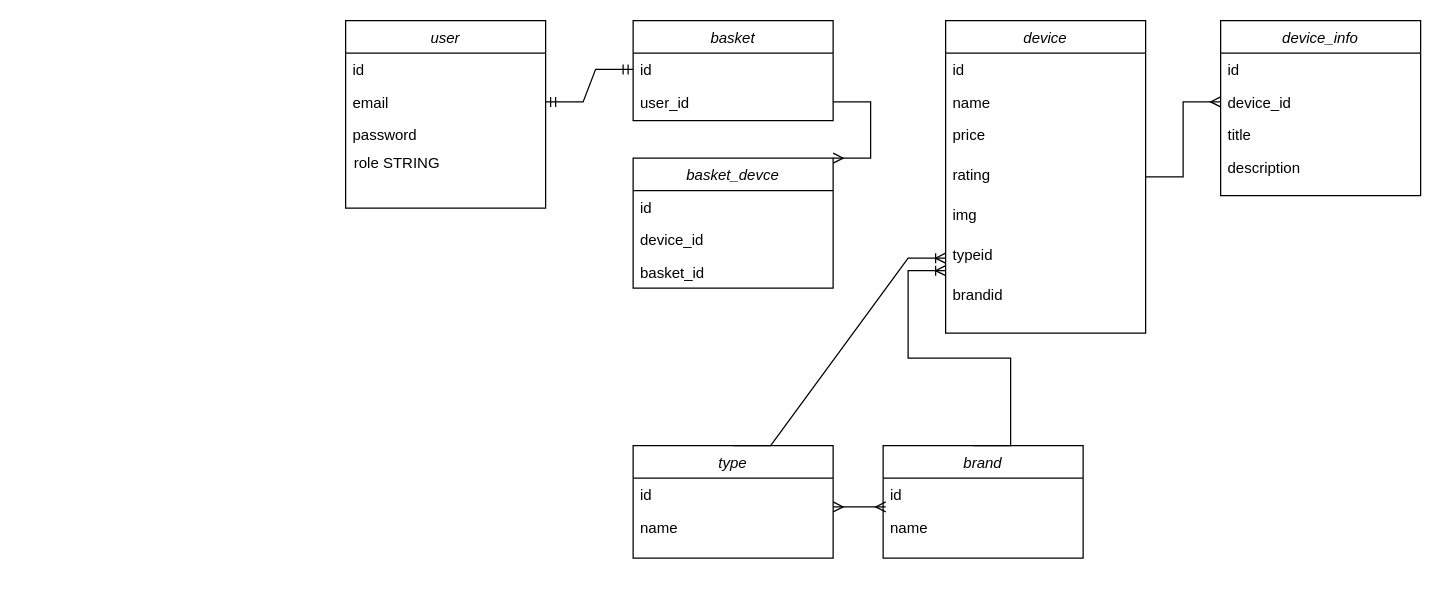
The draw.io diagram isot-web/Диаграмма без названия.drawio in Ubersk/WebShop, before the edit. Source tidied: cells renumbered, new cells numbered last; positions are measured from the earlier drawing's top-left corner, leaving out a move shared by most shapes. Both pictures are drawn from the tidied source at 125%, with x=0, y=0 at pixel (345, 20).
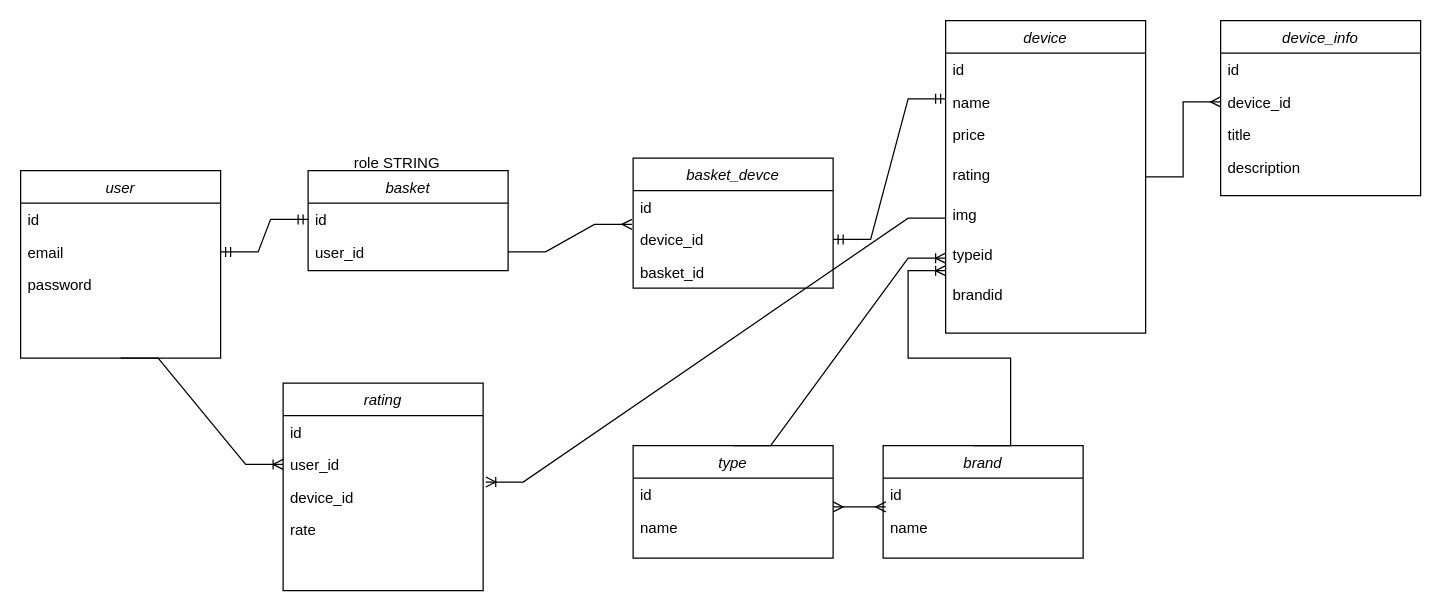
The same diagram, later.

The change refers to these unchanged cells:
```xml
<mxCell id="9" value="user_id" style="text;align=left;verticalAlign=top;spacingLeft=4;spacingRight=4;overflow=hidden;points=[[0,0.5],[1,0.5]];portConstraint=eastwest;rounded=0;shadow=0;html=0;" parent="7" vertex="1">
  <mxGeometry y="52" width="160" height="26" as="geometry" />
</mxCell>
<mxCell id="11" value="device" style="swimlane;fontStyle=2;align=center;verticalAlign=top;horizontal=1;startSize=26;rounded=0;shadow=0;strokeWidth=1;" parent="1" vertex="1">
  <mxGeometry x="480" width="160" height="250" as="geometry" />
</mxCell>
<mxCell id="16" value="img" style="text;align=left;verticalAlign=top;spacingLeft=4;spacingRight=4;overflow=hidden;points=[[0,0.5],[1,0.5]];portConstraint=eastwest;rounded=0;shadow=0;html=0;" parent="11" vertex="1">
  <mxGeometry y="142" width="160" height="32" as="geometry" />
</mxCell>
<mxCell id="34" value="basket_devce" style="swimlane;fontStyle=2;align=center;verticalAlign=top;horizontal=1;startSize=26;rounded=0;shadow=0;strokeWidth=1;" parent="1" vertex="1">
  <mxGeometry x="230" y="110" width="160" height="104" as="geometry" />
</mxCell>
<mxCell id="35" value="id" style="text;align=left;verticalAlign=top;spacingLeft=4;spacingRight=4;overflow=hidden;points=[[0,0.5],[1,0.5]];portConstraint=eastwest;" parent="34" vertex="1">
  <mxGeometry y="26" width="160" height="26" as="geometry" />
</mxCell>
<mxCell id="36" value="device_id" style="text;align=left;verticalAlign=top;spacingLeft=4;spacingRight=4;overflow=hidden;points=[[0,0.5],[1,0.5]];portConstraint=eastwest;rounded=0;shadow=0;html=0;" parent="34" vertex="1">
  <mxGeometry y="52" width="160" height="26" as="geometry" />
</mxCell>
```

The edit, as a diff of the source:
```diff
@@
     <mxCell id="2" value="user" style="swimlane;fontStyle=2;align=center;verticalAlign=top;horizontal=1;startSize=26;rounded=0;shadow=0;strokeWidth=1;" parent="1" vertex="1">
-      <mxGeometry width="160" height="150" as="geometry" />
+      <mxGeometry x="-260" y="120" width="160" height="150" as="geometry" />
     </mxCell>
@@
     <mxCell id="7" value="basket" style="swimlane;fontStyle=2;align=center;verticalAlign=top;horizontal=1;startSize=26;rounded=0;shadow=0;strokeWidth=1;" parent="1" vertex="1">
-      <mxGeometry x="230" width="160" height="80" as="geometry" />
+      <mxGeometry x="-30" y="120" width="160" height="80" as="geometry" />
     </mxCell>
@@
-    <mxCell id="38" style="edgeStyle=entityRelationEdgeStyle;fontSize=12;html=1;endArrow=ERmany;rounded=0;exitX=1;exitY=0.5;exitDx=0;exitDy=0;entryX=1;entryY=0;entryDx=0;entryDy=0;" parent="1" edge="1" source="9" target="34">
+    <mxCell id="38" style="edgeStyle=entityRelationEdgeStyle;fontSize=12;html=1;endArrow=ERmany;rounded=0;exitX=1;exitY=0.5;exitDx=0;exitDy=0;entryX=-0.006;entryY=1.038;entryDx=0;entryDy=0;entryPerimeter=0;" parent="1" edge="1" source="9" target="35">
       <mxGeometry relative="1" as="geometry" />
     </mxCell>
+    <mxCell id="39" style="edgeStyle=entityRelationEdgeStyle;fontSize=12;html=1;endArrow=ERmandOne;startArrow=ERmandOne;rounded=0;exitX=1;exitY=0.5;exitDx=0;exitDy=0;entryX=0;entryY=0.25;entryDx=0;entryDy=0;" parent="1" edge="1" source="36" target="11">
+      <mxGeometry relative="1" as="geometry" />
+    </mxCell>
+    <mxCell id="40" value="rating&#10;" style="swimlane;fontStyle=2;align=center;verticalAlign=top;horizontal=1;startSize=26;rounded=0;shadow=0;strokeWidth=1;" parent="1" vertex="1">
+      <mxGeometry x="-50" y="290" width="160" height="166" as="geometry" />
+    </mxCell>
+    <mxCell id="41" value="id" style="text;align=left;verticalAlign=top;spacingLeft=4;spacingRight=4;overflow=hidden;" parent="40" vertex="1">
+      <mxGeometry y="26" width="160" height="26" as="geometry" />
+    </mxCell>
+    <mxCell id="42" value="user_id" style="text;align=left;verticalAlign=top;spacingLeft=4;spacingRight=4;overflow=hidden;points=[[0,0.5],[1,0.5]];portConstraint=eastwest;rounded=0;shadow=0;html=0;" parent="40" vertex="1">
+      <mxGeometry y="52" width="160" height="26" as="geometry" />
+    </mxCell>
+    <mxCell id="43" value="device_id" style="text;align=left;verticalAlign=top;spacingLeft=4;spacingRight=4;overflow=hidden;points=[[0,0.5],[1,0.5]];portConstraint=eastwest;rounded=0;shadow=0;html=0;" parent="40" vertex="1">
+      <mxGeometry y="78" width="160" height="26" as="geometry" />
+    </mxCell>
+    <mxCell id="44" value="rate" style="text;align=left;verticalAlign=top;spacingLeft=4;spacingRight=4;overflow=hidden;rounded=0;shadow=0;html=0;" parent="40" vertex="1">
+      <mxGeometry y="104" width="160" height="26" as="geometry" />
+    </mxCell>
+    <mxCell id="45" style="edgeStyle=entityRelationEdgeStyle;fontSize=12;html=1;endArrow=ERoneToMany;rounded=0;exitX=0;exitY=0.5;exitDx=0;exitDy=0;entryX=1.013;entryY=0.043;entryDx=0;entryDy=0;entryPerimeter=0;" parent="1" edge="1" source="16" target="43">
+      <mxGeometry relative="1" as="geometry" />
+    </mxCell>
+    <mxCell id="46" style="edgeStyle=entityRelationEdgeStyle;fontSize=12;html=1;endArrow=ERoneToMany;rounded=0;exitX=0.5;exitY=1;exitDx=0;exitDy=0;entryX=0;entryY=0.5;entryDx=0;entryDy=0;" parent="1" edge="1" source="2" target="42">
+      <mxGeometry relative="1" as="geometry" />
+    </mxCell>
```
